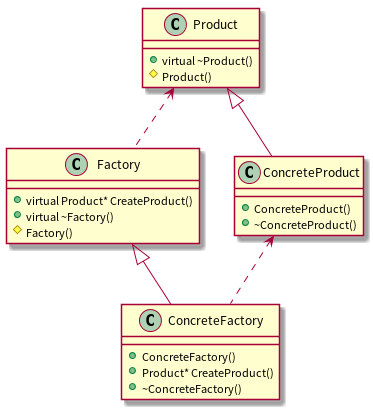
Earlier version of the PlantUML export out/Creational_model/Factory/Factory/Factory.png (graycatya/DesignModel). The source it was exported from:
```plantuml
@startuml Factory

class Product{
    + virtual ~Product()
    # Product()
}

class ConcreteProduct{
    + ConcreteProduct()
    + ~ConcreteProduct()
}



class Factory{
    + virtual Product* CreateProduct()
    + virtual ~Factory()
    # Factory()
}

class ConcreteFactory{
    + ConcreteFactory()
    + Product* CreateProduct()
    + ~ConcreteFactory()
}

ConcreteFactory .up.> ConcreteProduct
ConcreteProduct -up-|> Product
Factory .left.> Product
ConcreteFactory -up-|> Factory



@enduml
```
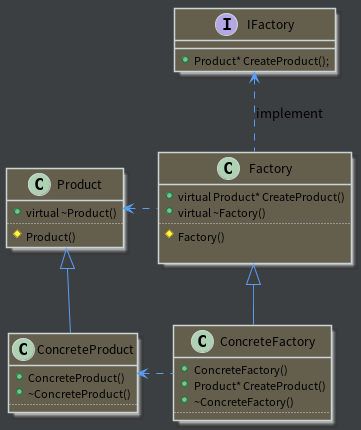
After the commit.

Commit message:
new AbstactFactory Uml

Diff of the diagram source:
```diff
@@ -1,34 +1,50 @@
 @startuml Factory
+
+skinparam BackGroundColor #3c3f41
+
+
+skinparam class {
+    BorderColor #cbd5d6
+    ArrowColor #589df6
+    BackGroundColor #645e4d
+}
 
 class Product{
     + virtual ~Product()
+    ..
     # Product()
 }
 
 class ConcreteProduct{
     + ConcreteProduct()
     + ~ConcreteProduct()
+    ..
 }
 
-
+interface IFactory{
+    + Product* CreateProduct();
+}
 
 class Factory{
     + virtual Product* CreateProduct()
     + virtual ~Factory()
+    ..
     # Factory()
+
 }
 
 class ConcreteFactory{
     + ConcreteFactory()
     + Product* CreateProduct()
     + ~ConcreteFactory()
+    ..
 }
 
-ConcreteFactory .up.> ConcreteProduct
+ConcreteFactory .left.> ConcreteProduct
 ConcreteProduct -up-|> Product
 Factory .left.> Product
 ConcreteFactory -up-|> Factory
-
+Factory .up.> IFactory : implement
 
 
 @enduml
```
